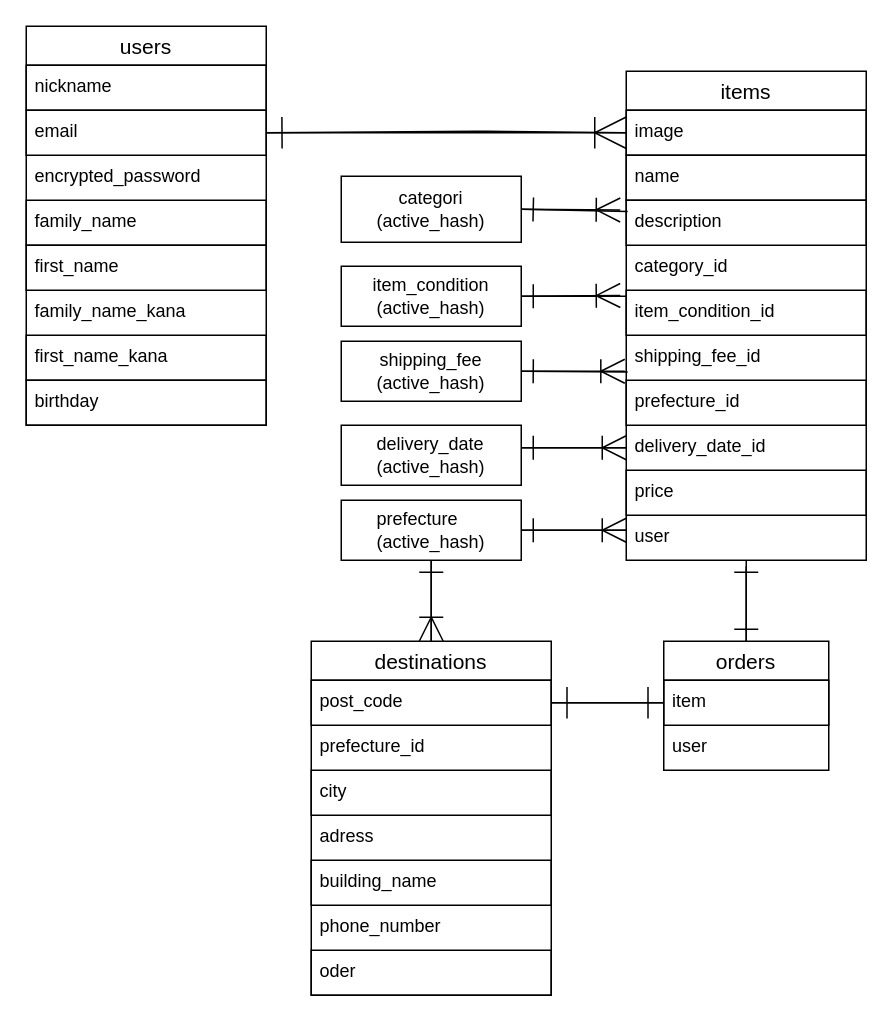
The draw.io diagram furima.dio in 38385kobi/furima-38385, before the edit. Source tidied: cells renumbered, new cells numbered last; positions are measured from the earlier drawing's top-left corner, leaving out a move shared by most shapes. Both pictures are drawn from the tidied source at 150%, with x=0, y=0 at pixel (26, 26).
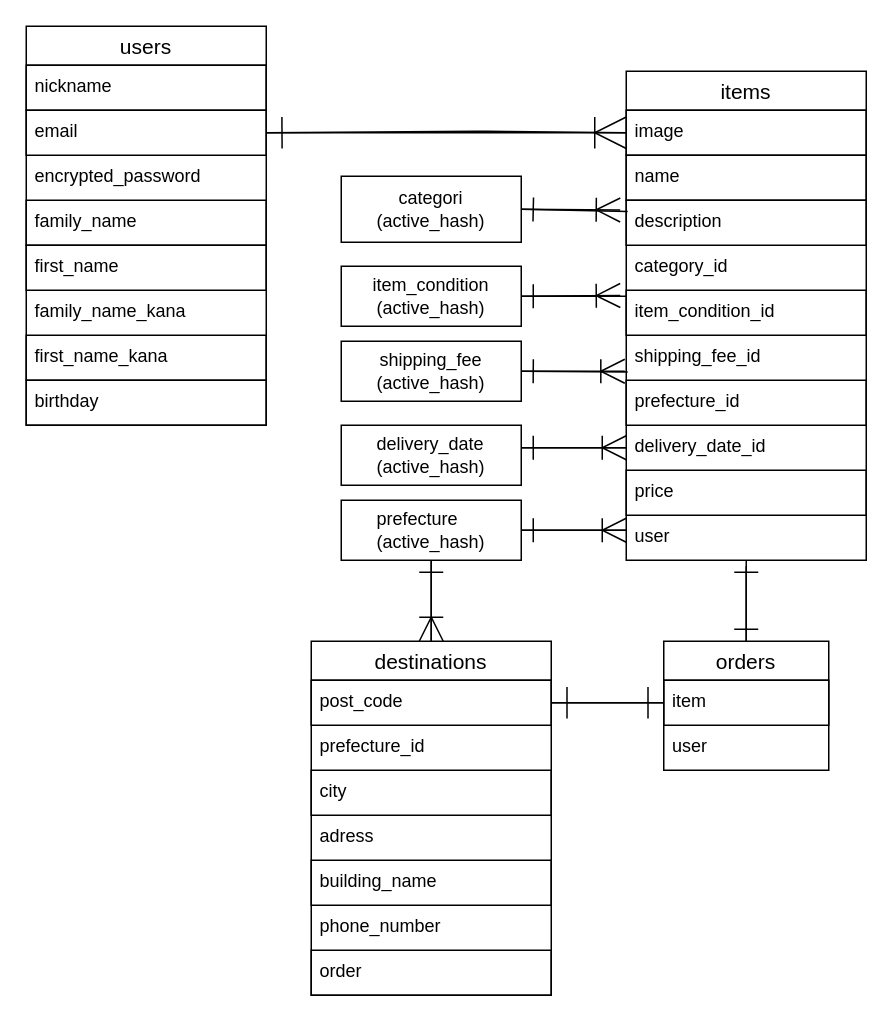
The same diagram, later.

Commit message (it also covers changes not shown here):
READMEとER図の修正⑤

Unchanged cells that the change refers to:
```xml
<mxCell id="12" value="destinations" style="swimlane;fontStyle=0;horizontal=1;startSize=26;align=center;fontSize=14;" parent="1" vertex="1">
  <mxGeometry x="190" y="410" width="160" height="236" as="geometry" />
</mxCell>
```

Change to the diagram source:
```diff
@@
-    <mxCell id="19" value="oder" style="text;strokeColor=default;fillColor=none;spacingLeft=4;spacingRight=4;overflow=hidden;fontSize=12;" parent="12" vertex="1">
+    <mxCell id="19" value="order" style="text;strokeColor=default;fillColor=none;spacingLeft=4;spacingRight=4;overflow=hidden;fontSize=12;" parent="12" vertex="1">
       <mxGeometry y="206" width="160" height="30" as="geometry" />
     </mxCell>
```
